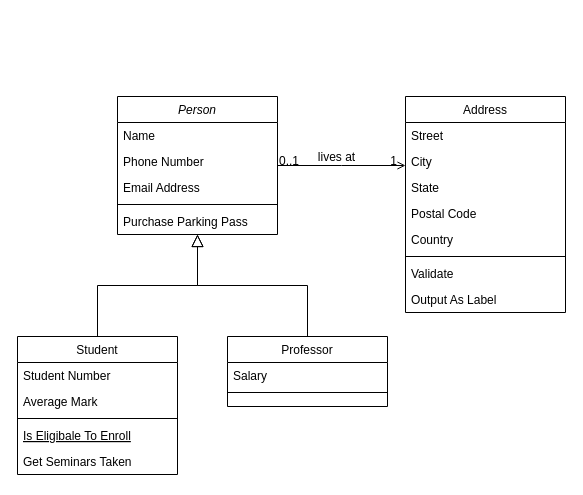
This is database.drawio from quannguyen1999/manage-disks, a draw.io file, before an edit. Source tidied: cells renumbered, new cells numbered last; positions are measured from the earlier drawing's top-left corner, leaving out a move shared by most shapes. Both pictures are drawn from the tidied source at 100%, with x=0, y=0 at pixel (17, 96).
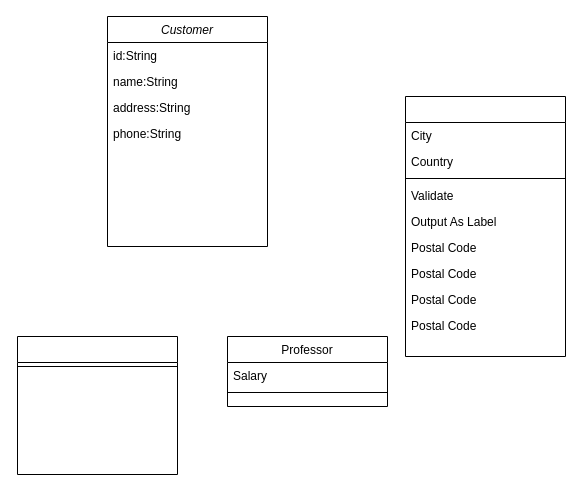
The same diagram, later.

The change refers to these unchanged cells:
```xml
<mxCell id="15" value="Professor" style="swimlane;fontStyle=0;align=center;verticalAlign=top;horizontal=1;startSize=26;rounded=0;shadow=0;strokeWidth=1;" parent="1" vertex="1">
  <mxGeometry x="210" y="240" width="160" height="70" as="geometry" />
</mxCell>
```

Diff of the diagram source:
```diff
@@
-    <mxCell id="2" value="Person" style="swimlane;fontStyle=2;align=center;verticalAlign=top;horizontal=1;startSize=26;rounded=0;shadow=0;strokeWidth=1;" parent="1" vertex="1">
-      <mxGeometry x="100" width="160" height="138" as="geometry" />
-    </mxCell>
-    <mxCell id="3" value="Name" style="text;align=left;verticalAlign=top;spacingLeft=4;spacingRight=4;overflow=hidden;" parent="2" vertex="1">
-      <mxGeometry y="26" width="160" height="26" as="geometry" />
-    </mxCell>
-    <mxCell id="4" value="Phone Number" style="text;align=left;verticalAlign=top;spacingLeft=4;spacingRight=4;overflow=hidden;rounded=0;shadow=0;html=0;" parent="2" vertex="1">
-      <mxGeometry y="52" width="160" height="26" as="geometry" />
-    </mxCell>
-    <mxCell id="5" value="Email Address" style="text;align=left;verticalAlign=top;spacingLeft=4;spacingRight=4;overflow=hidden;rounded=0;shadow=0;html=0;" parent="2" vertex="1">
-      <mxGeometry y="78" width="160" height="26" as="geometry" />
-    </mxCell>
-    <mxCell id="6" style="line;html=1;strokeWidth=1;align=left;verticalAlign=middle;spacingTop=-1;spacingLeft=3;spacingRight=3;labelPosition=right;" parent="2" vertex="1">
-      <mxGeometry y="104" width="160" height="8" as="geometry" />
-    </mxCell>
-    <mxCell id="7" value="Purchase Parking Pass" style="text;align=left;verticalAlign=top;spacingLeft=4;spacingRight=4;overflow=hidden;" parent="2" vertex="1">
-      <mxGeometry y="112" width="160" height="26" as="geometry" />
-    </mxCell>
-    <mxCell id="8" value="Student" style="swimlane;fontStyle=0;align=center;verticalAlign=top;horizontal=1;startSize=26;rounded=0;shadow=0;strokeWidth=1;" parent="1" vertex="1">
+    <mxCell id="8" style="swimlane;fontStyle=0;align=center;verticalAlign=top;horizontal=1;startSize=26;rounded=0;shadow=0;strokeWidth=1;" parent="1" vertex="1">
       <mxGeometry y="240" width="160" height="138" as="geometry" />
     </mxCell>
-    <mxCell id="9" value="Student Number" style="text;align=left;verticalAlign=top;spacingLeft=4;spacingRight=4;overflow=hidden;" parent="8" vertex="1">
-      <mxGeometry y="26" width="160" height="26" as="geometry" />
-    </mxCell>
-    <mxCell id="10" value="Average Mark" style="text;align=left;verticalAlign=top;spacingLeft=4;spacingRight=4;overflow=hidden;rounded=0;shadow=0;html=0;" parent="8" vertex="1">
-      <mxGeometry y="52" width="160" height="26" as="geometry" />
-    </mxCell>
     <mxCell id="11" style="line;html=1;strokeWidth=1;align=left;verticalAlign=middle;spacingTop=-1;spacingLeft=3;spacingRight=3;labelPosition=right;" parent="8" vertex="1">
-      <mxGeometry y="78" width="160" height="8" as="geometry" />
+      <mxGeometry y="26" width="160" height="8" as="geometry" />
     </mxCell>
-    <mxCell id="12" value="Is Eligibale To Enroll" style="text;align=left;verticalAlign=top;spacingLeft=4;spacingRight=4;overflow=hidden;fontStyle=4;" parent="8" vertex="1">
-      <mxGeometry y="86" width="160" height="26" as="geometry" />
-    </mxCell>
-    <mxCell id="13" value="Get Seminars Taken" style="text;align=left;verticalAlign=top;spacingLeft=4;spacingRight=4;overflow=hidden;" parent="8" vertex="1">
-      <mxGeometry y="112" width="160" height="26" as="geometry" />
-    </mxCell>
-    <mxCell id="14" style="endArrow=block;endSize=10;endFill=0;shadow=0;strokeWidth=1;rounded=0;edgeStyle=elbowEdgeStyle;elbow=vertical;" parent="1" edge="1" source="8" target="2">
-      <mxGeometry relative="1" as="geometry" />
-    </mxCell>
@@
-    <mxCell id="18" style="endArrow=block;endSize=10;endFill=0;shadow=0;strokeWidth=1;rounded=0;edgeStyle=elbowEdgeStyle;elbow=vertical;" parent="1" edge="1" source="15" target="2">
-      <mxGeometry relative="1" as="geometry" />
-    </mxCell>
-    <mxCell id="19" value="Address" style="swimlane;fontStyle=0;align=center;verticalAlign=top;horizontal=1;startSize=26;rounded=0;shadow=0;strokeWidth=1;" parent="1" vertex="1">
-      <mxGeometry x="388" width="160" height="216" as="geometry" />
+    <mxCell id="19" style="swimlane;fontStyle=0;align=center;verticalAlign=top;horizontal=1;startSize=26;rounded=0;shadow=0;strokeWidth=1;" parent="1" vertex="1">
+      <mxGeometry x="388" width="160" height="260" as="geometry" />
     </mxCell>
-    <mxCell id="20" value="Street" style="text;align=left;verticalAlign=top;spacingLeft=4;spacingRight=4;overflow=hidden;" parent="19" vertex="1">
-      <mxGeometry y="26" width="160" height="26" as="geometry" />
-    </mxCell>
     <mxCell id="21" value="City" style="text;align=left;verticalAlign=top;spacingLeft=4;spacingRight=4;overflow=hidden;rounded=0;shadow=0;html=0;" parent="19" vertex="1">
-      <mxGeometry y="52" width="160" height="26" as="geometry" />
+      <mxGeometry y="26" width="160" height="26" as="geometry" />
     </mxCell>
-    <mxCell id="22" value="State" style="text;align=left;verticalAlign=top;spacingLeft=4;spacingRight=4;overflow=hidden;rounded=0;shadow=0;html=0;" parent="19" vertex="1">
-      <mxGeometry y="78" width="160" height="26" as="geometry" />
-    </mxCell>
-    <mxCell id="23" value="Postal Code" style="text;align=left;verticalAlign=top;spacingLeft=4;spacingRight=4;overflow=hidden;rounded=0;shadow=0;html=0;" parent="19" vertex="1">
-      <mxGeometry y="104" width="160" height="26" as="geometry" />
-    </mxCell>
     <mxCell id="24" value="Country" style="text;align=left;verticalAlign=top;spacingLeft=4;spacingRight=4;overflow=hidden;rounded=0;shadow=0;html=0;" parent="19" vertex="1">
-      <mxGeometry y="130" width="160" height="26" as="geometry" />
+      <mxGeometry y="52" width="160" height="26" as="geometry" />
     </mxCell>
     <mxCell id="25" style="line;html=1;strokeWidth=1;align=left;verticalAlign=middle;spacingTop=-1;spacingLeft=3;spacingRight=3;labelPosition=right;" parent="19" vertex="1">
-      <mxGeometry y="156" width="160" height="8" as="geometry" />
+      <mxGeometry y="78" width="160" height="8" as="geometry" />
     </mxCell>
     <mxCell id="26" value="Validate" style="text;align=left;verticalAlign=top;spacingLeft=4;spacingRight=4;overflow=hidden;" parent="19" vertex="1">
-      <mxGeometry y="164" width="160" height="26" as="geometry" />
+      <mxGeometry y="86" width="160" height="26" as="geometry" />
     </mxCell>
     <mxCell id="27" value="Output As Label" style="text;align=left;verticalAlign=top;spacingLeft=4;spacingRight=4;overflow=hidden;" parent="19" vertex="1">
-      <mxGeometry y="190" width="160" height="26" as="geometry" />
+      <mxGeometry y="112" width="160" height="26" as="geometry" />
     </mxCell>
-    <mxCell id="28" style="endArrow=open;shadow=0;strokeWidth=1;rounded=0;endFill=1;edgeStyle=elbowEdgeStyle;elbow=vertical;" parent="1" edge="1" source="2" target="19">
-      <mxGeometry x="0.5" y="41" relative="1" as="geometry">
-        <mxPoint x="-40" y="32" as="offset" />
-      </mxGeometry>
-    </mxCell>
-    <mxCell id="29" value="0..1" style="align=left;verticalAlign=bottom;labelBackgroundColor=none;fontSize=12;" parent="28" vertex="1">
-      <mxGeometry x="-1" relative="1" as="geometry">
-        <mxPoint y="4" as="offset" />
-      </mxGeometry>
-    </mxCell>
-    <mxCell id="30" value="1" style="align=right;verticalAlign=bottom;labelBackgroundColor=none;fontSize=12;" parent="28" vertex="1">
-      <mxGeometry x="1" relative="1" as="geometry">
-        <mxPoint x="-7" y="4" as="offset" />
-      </mxGeometry>
-    </mxCell>
-    <mxCell id="31" value="lives at" style="text;html=1;align=center;verticalAlign=middle;labelBackgroundColor=none;rounded=0;shadow=0;strokeWidth=1;fontSize=12;" parent="28" vertex="1">
-      <mxGeometry x="0.5" y="49" relative="1" as="geometry">
-        <mxPoint x="-38" y="40" as="offset" />
-      </mxGeometry>
-    </mxCell>
+    <mxCell id="32" value="Postal Code" style="text;align=left;verticalAlign=top;spacingLeft=4;spacingRight=4;overflow=hidden;rounded=0;shadow=0;html=0;" parent="19" vertex="1">
+      <mxGeometry y="138" width="160" height="26" as="geometry" />
+    </mxCell>
+    <mxCell id="33" value="Postal Code" style="text;align=left;verticalAlign=top;spacingLeft=4;spacingRight=4;overflow=hidden;rounded=0;shadow=0;html=0;" parent="19" vertex="1">
+      <mxGeometry y="164" width="160" height="26" as="geometry" />
+    </mxCell>
+    <mxCell id="34" value="Postal Code" style="text;align=left;verticalAlign=top;spacingLeft=4;spacingRight=4;overflow=hidden;rounded=0;shadow=0;html=0;" parent="19" vertex="1">
+      <mxGeometry y="190" width="160" height="26" as="geometry" />
+    </mxCell>
+    <mxCell id="35" value="Postal Code" style="text;align=left;verticalAlign=top;spacingLeft=4;spacingRight=4;overflow=hidden;rounded=0;shadow=0;html=0;" parent="19" vertex="1">
+      <mxGeometry y="216" width="160" height="26" as="geometry" />
+    </mxCell>
+    <mxCell id="2" value="Customer" style="swimlane;fontStyle=2;align=center;verticalAlign=top;horizontal=1;startSize=26;rounded=0;shadow=0;strokeWidth=1;" parent="1" vertex="1">
+      <mxGeometry x="90" y="-80" width="160" height="230" as="geometry" />
+    </mxCell>
+    <mxCell id="36" value="id:String" style="text;align=left;verticalAlign=top;spacingLeft=4;spacingRight=4;overflow=hidden;" parent="2" vertex="1">
+      <mxGeometry y="26" width="160" height="26" as="geometry" />
+    </mxCell>
+    <mxCell id="37" value="name:String" style="text;align=left;verticalAlign=top;spacingLeft=4;spacingRight=4;overflow=hidden;" parent="2" vertex="1">
+      <mxGeometry y="52" width="160" height="26" as="geometry" />
+    </mxCell>
+    <mxCell id="38" value="address:String" style="text;align=left;verticalAlign=top;spacingLeft=4;spacingRight=4;overflow=hidden;" parent="2" vertex="1">
+      <mxGeometry y="78" width="160" height="26" as="geometry" />
+    </mxCell>
+    <mxCell id="39" value="phone:String" style="text;align=left;verticalAlign=top;spacingLeft=4;spacingRight=4;overflow=hidden;" parent="2" vertex="1">
+      <mxGeometry y="104" width="160" height="26" as="geometry" />
+    </mxCell>
```
